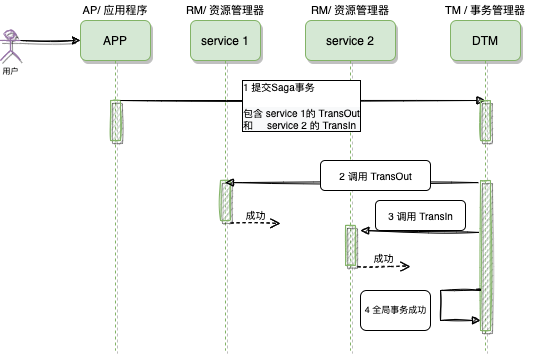
Above: assets/images/dtm.png in landybird/landybird.github.io (draw.io), before the change. Source tidied: cells renumbered, new cells last; positions are measured from the earlier drawing's top-left corner, leaving out a move shared by most shapes. Source of this version:
```xml
<mxGraphModel>
  <root>
    <mxCell id="0" />
    <mxCell id="1" parent="0" />
    <mxCell id="2" value="APP" style="shape=umlLifeline;perimeter=lifelinePerimeter;rounded=1;shadow=1;strokeWidth=1;fillColor=#d5e8d4;strokeColor=#82b366;sketch=0;glass=0;" parent="1" vertex="1">
      <mxGeometry x="80" y="20" width="70" height="330" as="geometry" />
    </mxCell>
    <mxCell id="3" style="perimeter=orthogonalPerimeter;rounded=0;shadow=1;strokeWidth=1;fillColor=#d5e8d4;strokeColor=#82b366;sketch=1;" parent="2" vertex="1">
      <mxGeometry x="30" y="80" width="10" height="40" as="geometry" />
    </mxCell>
    <mxCell id="4" style="html=1;verticalAlign=bottom;endArrow=block;rounded=0;shadow=0;sketch=1;fontSize=10;" parent="2" edge="1" target="14">
      <mxGeometry relative="1" as="geometry">
        <mxPoint x="40" y="80" as="sourcePoint" />
      </mxGeometry>
    </mxCell>
    <mxCell id="5" style="edgeStyle=orthogonalEdgeStyle;rounded=0;jettySize=auto;html=1;exitX=1;exitY=0.3333333333333333;exitDx=0;exitDy=0;exitPerimeter=0;fontSize=8;sketch=1;shadow=1;" parent="1" edge="1" source="6">
      <mxGeometry relative="1" as="geometry">
        <mxPoint x="80" y="40" as="targetPoint" />
      </mxGeometry>
    </mxCell>
    <mxCell id="6" value="用户" style="shape=umlActor;verticalLabelPosition=bottom;verticalAlign=top;html=1;fontSize=8;sketch=1;fillColor=#e1d5e7;strokeColor=#9673a6;gradientColor=none;shadow=1;" parent="1" vertex="1">
      <mxGeometry y="30" width="20" height="30" as="geometry" />
    </mxCell>
    <mxCell id="7" value="service 1" style="shape=umlLifeline;perimeter=lifelinePerimeter;rounded=1;shadow=1;strokeWidth=1;fillColor=#d5e8d4;strokeColor=#82b366;sketch=0;" parent="1" vertex="1">
      <mxGeometry x="190" y="20" width="70" height="330" as="geometry" />
    </mxCell>
    <mxCell id="8" style="points=[];perimeter=orthogonalPerimeter;rounded=0;shadow=1;strokeWidth=1;fillColor=#d5e8d4;strokeColor=#82b366;sketch=1;" parent="7" vertex="1">
      <mxGeometry x="30" y="160" width="10" height="40" as="geometry" />
    </mxCell>
    <mxCell id="9" value="成功" style="html=1;verticalAlign=bottom;endArrow=open;dashed=1;endSize=8;rounded=0;shadow=0;sketch=1;fontSize=10;exitX=1.025;exitY=1.063;exitDx=0;exitDy=0;exitPerimeter=0;" parent="7" edge="1" source="8">
      <mxGeometry relative="1" as="geometry">
        <mxPoint x="90" y="203" as="targetPoint" />
      </mxGeometry>
    </mxCell>
    <mxCell id="10" value="service 2" style="shape=umlLifeline;perimeter=lifelinePerimeter;rounded=1;shadow=1;strokeWidth=1;fillColor=#d5e8d4;strokeColor=#82b366;sketch=0;" parent="1" vertex="1">
      <mxGeometry x="305" y="20" width="90" height="330" as="geometry" />
    </mxCell>
    <mxCell id="11" style="points=[];perimeter=orthogonalPerimeter;rounded=0;shadow=1;strokeWidth=1;fillColor=#d5e8d4;strokeColor=#82b366;sketch=1;" parent="10" vertex="1">
      <mxGeometry x="40" y="205" width="10" height="40" as="geometry" />
    </mxCell>
    <mxCell id="12" value="成功" style="html=1;verticalAlign=bottom;endArrow=open;dashed=1;endSize=8;rounded=0;shadow=0;sketch=1;fontSize=10;exitX=1.212;exitY=1.031;exitDx=0;exitDy=0;exitPerimeter=0;" parent="10" edge="1" source="11">
      <mxGeometry relative="1" as="geometry">
        <mxPoint x="105" y="246" as="targetPoint" />
        <Array as="points">
          <mxPoint x="85" y="246" />
        </Array>
      </mxGeometry>
    </mxCell>
    <mxCell id="13" value="&lt;font style=&quot;font-size: 11px;&quot;&gt;AP/ 应用程序&lt;/font&gt;" style="text;html=1;strokeColor=none;fillColor=none;align=center;verticalAlign=middle;whiteSpace=wrap;rounded=1;shadow=1;sketch=1;fontSize=8;glass=1;" parent="1" vertex="1">
      <mxGeometry x="80" width="70" height="20" as="geometry" />
    </mxCell>
    <mxCell id="14" value="DTM" style="shape=umlLifeline;perimeter=lifelinePerimeter;rounded=1;shadow=1;strokeWidth=1;fillColor=#d5e8d4;strokeColor=#82b366;sketch=0;" parent="1" vertex="1">
      <mxGeometry x="450" y="20" width="70" height="330" as="geometry" />
    </mxCell>
    <mxCell id="15" style="perimeter=orthogonalPerimeter;rounded=0;shadow=1;strokeWidth=1;fillColor=#d5e8d4;strokeColor=#82b366;sketch=1;" parent="14" vertex="1">
      <mxGeometry x="30" y="80" width="10" height="40" as="geometry" />
    </mxCell>
    <mxCell id="16" style="points=[];perimeter=orthogonalPerimeter;rounded=0;shadow=1;strokeWidth=1;fillColor=#d5e8d4;strokeColor=#82b366;sketch=1;" parent="14" vertex="1">
      <mxGeometry x="30" y="160" width="10" height="150" as="geometry" />
    </mxCell>
    <mxCell id="17" value="&lt;font style=&quot;font-size: 11px;&quot;&gt;TM / 事务管理器&lt;/font&gt;" style="text;html=1;strokeColor=none;fillColor=none;align=center;verticalAlign=middle;whiteSpace=wrap;rounded=1;shadow=1;sketch=1;fontSize=8;glass=1;" parent="1" vertex="1">
      <mxGeometry x="440" width="90" height="20" as="geometry" />
    </mxCell>
    <mxCell id="18" value="&lt;font style=&quot;font-size: 11px;&quot;&gt;RM/ 资源管理器&lt;/font&gt;" style="text;html=1;strokeColor=none;fillColor=none;align=center;verticalAlign=middle;whiteSpace=wrap;rounded=1;shadow=1;sketch=1;fontSize=8;glass=1;" parent="1" vertex="1">
      <mxGeometry x="180" y="5" width="90" height="10" as="geometry" />
    </mxCell>
    <mxCell id="19" value="&lt;font style=&quot;font-size: 11px;&quot;&gt;RM/ 资源管理器&lt;/font&gt;" style="text;html=1;strokeColor=none;fillColor=none;align=center;verticalAlign=middle;whiteSpace=wrap;rounded=1;shadow=1;sketch=1;fontSize=8;glass=1;" parent="1" vertex="1">
      <mxGeometry x="305" y="5" width="90" height="10" as="geometry" />
    </mxCell>
    <mxCell id="20" style="html=1;verticalAlign=bottom;endArrow=block;rounded=0;shadow=0;sketch=1;fontSize=10;exitX=-0.225;exitY=0.014;exitDx=0;exitDy=0;exitPerimeter=0;" parent="1" edge="1" source="16" target="7">
      <mxGeometry relative="1" as="geometry" />
    </mxCell>
    <mxCell id="21" value="&lt;div style=&quot;text-align: center;&quot;&gt;&lt;span style=&quot;text-align: left; background-color: rgb(255, 255, 255);&quot;&gt;2 调用&amp;nbsp;&lt;/span&gt;&lt;span style=&quot;background-color: initial; text-align: left;&quot;&gt;TransOut&lt;/span&gt;&lt;/div&gt;" style="html=1;rounded=1;shadow=0;glass=0;sketch=0;fontSize=10;" parent="1" vertex="1">
      <mxGeometry x="320" y="160" width="110" height="30" as="geometry" />
    </mxCell>
    <mxCell id="22" value="dispatch" style="html=1;verticalAlign=bottom;endArrow=block;rounded=0;shadow=0;sketch=1;fontSize=10;exitX=-0.163;exitY=0.346;exitDx=0;exitDy=0;exitPerimeter=0;" parent="1" edge="1" source="16">
      <mxGeometry relative="1" as="geometry">
        <mxPoint x="360" y="230" as="targetPoint" />
      </mxGeometry>
    </mxCell>
    <mxCell id="23" value="&lt;div style=&quot;text-align: center;&quot;&gt;&lt;span style=&quot;text-align: left; background-color: rgb(255, 255, 255);&quot;&gt;3 调用&amp;nbsp;&lt;/span&gt;&lt;span style=&quot;background-color: initial; text-align: left;&quot;&gt;TransIn&lt;/span&gt;&lt;/div&gt;" style="html=1;rounded=1;shadow=0;glass=0;sketch=0;fontSize=10;" parent="1" vertex="1">
      <mxGeometry x="375" y="200" width="90" height="30" as="geometry" />
    </mxCell>
    <mxCell id="24" value="&lt;span style=&quot;font-size: 10px;&quot;&gt;1 提交Saga事务&lt;/span&gt;&lt;br style=&quot;font-size: 10px; background-color: rgb(248, 249, 250);&quot;&gt;&lt;div style=&quot;font-size: 10px; background-color: rgb(248, 249, 250);&quot;&gt;&lt;/div&gt;&lt;br style=&quot;font-size: 10px; background-color: rgb(248, 249, 250);&quot;&gt;&lt;div style=&quot;font-size: 10px; background-color: rgb(248, 249, 250);&quot;&gt;包含 service 1的 TransOut&lt;br&gt;和&amp;nbsp; &amp;nbsp; &amp;nbsp;service 2 的 TransIn&lt;/div&gt;" style="text;html=1;strokeColor=none;fillColor=none;align=left;verticalAlign=middle;whiteSpace=wrap;rounded=1;shadow=0;glass=0;sketch=1;fontSize=9;labelBackgroundColor=default;labelBorderColor=default;" parent="1" vertex="1">
      <mxGeometry x="240" y="80" width="170" height="50" as="geometry" />
    </mxCell>
    <mxCell id="25" style="edgeStyle=orthogonalEdgeStyle;html=1;align=left;spacingLeft=2;endArrow=block;rounded=0;shadow=0;sketch=1;fontSize=9;exitX=-0.413;exitY=0.725;exitDx=0;exitDy=0;exitPerimeter=0;" parent="1" edge="1" source="16">
      <mxGeometry x="0.03" y="-20" relative="1" as="geometry">
        <mxPoint x="480" y="320" as="targetPoint" />
        <Array as="points">
          <mxPoint x="480" y="289" />
          <mxPoint x="480" y="290" />
          <mxPoint x="440" y="290" />
          <mxPoint x="440" y="320" />
        </Array>
      </mxGeometry>
    </mxCell>
    <mxCell id="26" value="&lt;div style=&quot;text-align: center; font-size: 9px;&quot;&gt;&lt;span style=&quot;text-align: left; background-color: rgb(255, 255, 255); font-size: 9px;&quot;&gt;4 全局事务成功&lt;/span&gt;&lt;/div&gt;" style="html=1;rounded=1;shadow=0;glass=0;sketch=0;fontSize=9;" parent="1" vertex="1">
      <mxGeometry x="360" y="290" width="70" height="40" as="geometry" />
    </mxCell>
  </root>
</mxGraphModel>
```
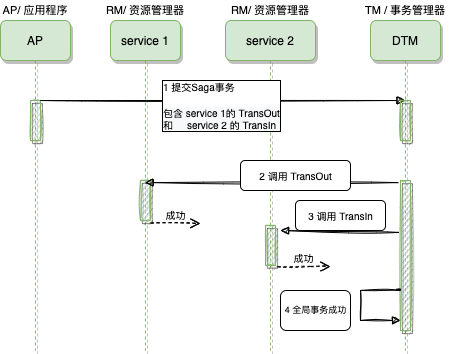
Later version of the same file.

The edit, as a diff of the source:
```diff
@@ -2,7 +2,7 @@
   <root>
     <mxCell id="0" />
     <mxCell id="1" parent="0" />
-    <mxCell id="2" value="APP" style="shape=umlLifeline;perimeter=lifelinePerimeter;rounded=1;shadow=1;strokeWidth=1;fillColor=#d5e8d4;strokeColor=#82b366;sketch=0;glass=0;" parent="1" vertex="1">
+    <mxCell id="2" value="AP" style="shape=umlLifeline;perimeter=lifelinePerimeter;rounded=1;shadow=1;strokeWidth=1;fillColor=#d5e8d4;strokeColor=#82b366;sketch=0;glass=0;" parent="1" vertex="1">
       <mxGeometry x="80" y="20" width="70" height="330" as="geometry" />
     </mxCell>
     <mxCell id="3" style="perimeter=orthogonalPerimeter;rounded=0;shadow=1;strokeWidth=1;fillColor=#d5e8d4;strokeColor=#82b366;sketch=1;" parent="2" vertex="1">
@@ -13,14 +13,6 @@
         <mxPoint x="40" y="80" as="sourcePoint" />
       </mxGeometry>
     </mxCell>
-    <mxCell id="5" style="edgeStyle=orthogonalEdgeStyle;rounded=0;jettySize=auto;html=1;exitX=1;exitY=0.3333333333333333;exitDx=0;exitDy=0;exitPerimeter=0;fontSize=8;sketch=1;shadow=1;" parent="1" edge="1" source="6">
-      <mxGeometry relative="1" as="geometry">
-        <mxPoint x="80" y="40" as="targetPoint" />
-      </mxGeometry>
-    </mxCell>
-    <mxCell id="6" value="用户" style="shape=umlActor;verticalLabelPosition=bottom;verticalAlign=top;html=1;fontSize=8;sketch=1;fillColor=#e1d5e7;strokeColor=#9673a6;gradientColor=none;shadow=1;" parent="1" vertex="1">
-      <mxGeometry y="30" width="20" height="30" as="geometry" />
-    </mxCell>
     <mxCell id="7" value="service 1" style="shape=umlLifeline;perimeter=lifelinePerimeter;rounded=1;shadow=1;strokeWidth=1;fillColor=#d5e8d4;strokeColor=#82b366;sketch=0;" parent="1" vertex="1">
       <mxGeometry x="190" y="20" width="70" height="330" as="geometry" />
     </mxCell>
```
